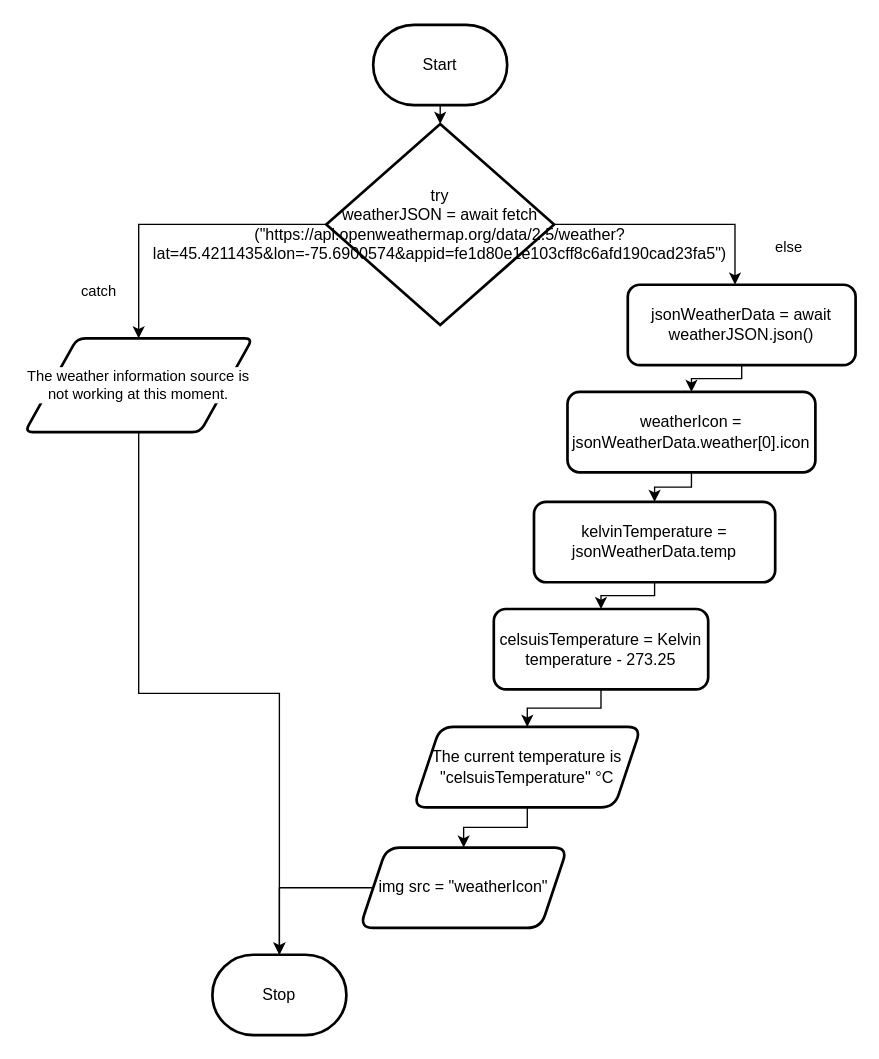
Before: design/flowchart.drawio in MTHS-ICD2O-1-2024/ICD2O-Unit-6-03-Olivia-Ten-Den, a draw.io diagram. Source tidied: cells renumbered, new cells numbered last; positions are measured from the earlier drawing's top-left corner, leaving out a move shared by most shapes. Both pictures are drawn from the tidied source at 134%, with x=0, y=0 at pixel (24, 24).
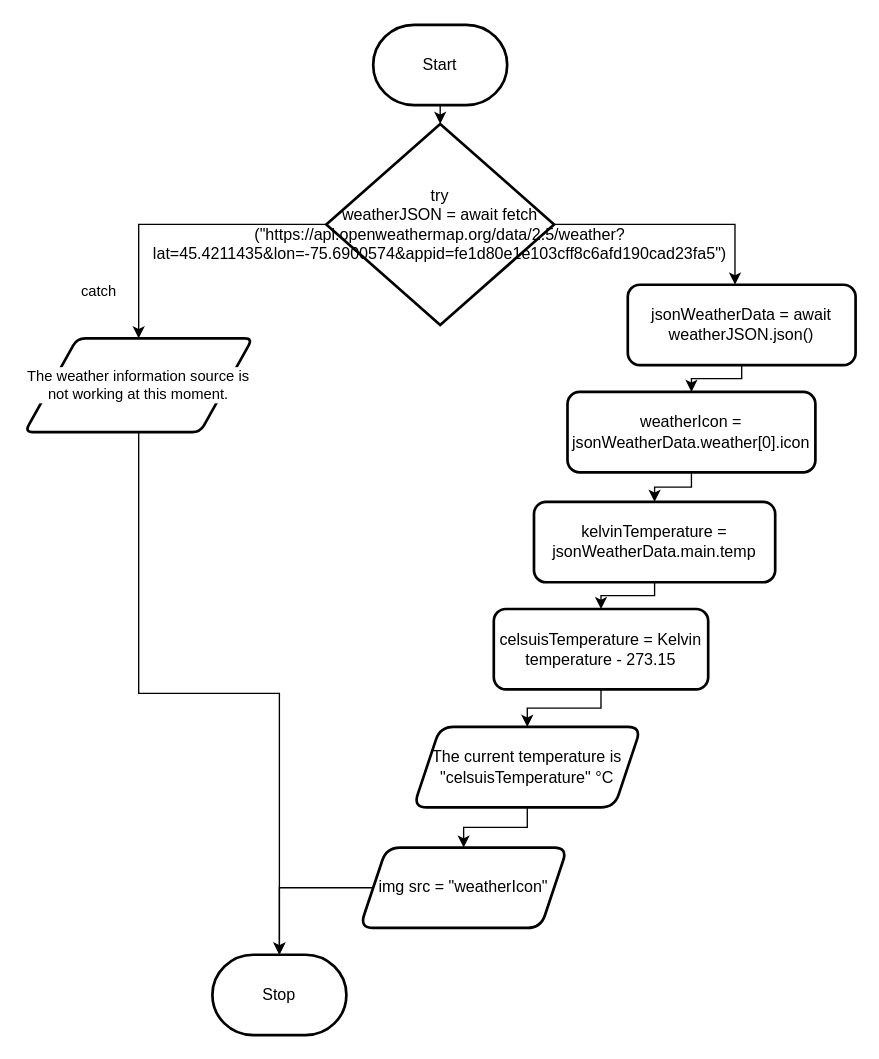
After the change.

Diff of the diagram source:
```diff
@@
-    <mxCell id="13" value="else" style="text;html=1;align=center;verticalAlign=middle;strokeColor=none;fillColor=none;fontFamily=Helvetica;fontSize=11;fontColor=default;labelBackgroundColor=default;" parent="1" vertex="1">
-      <mxGeometry x="550" y="151" width="40" height="30" as="geometry" />
-    </mxCell>
@@
-    <mxCell id="17" value="kelvinTemperature = jsonWeatherData.temp" style="whiteSpace=wrap;html=1;rounded=1;strokeWidth=2;" parent="1" vertex="1">
+    <mxCell id="17" value="kelvinTemperature = jsonWeatherData.main.temp" style="whiteSpace=wrap;html=1;rounded=1;strokeWidth=2;" parent="1" vertex="1">
       <mxGeometry x="380" y="356" width="180" height="60" as="geometry" />
     </mxCell>
@@
-    <mxCell id="19" value="celsuisTemperature = Kelvin temperature - 273.25" style="whiteSpace=wrap;html=1;rounded=1;strokeWidth=2;" parent="1" vertex="1">
+    <mxCell id="19" value="celsuisTemperature = Kelvin temperature - 273.15" style="whiteSpace=wrap;html=1;rounded=1;strokeWidth=2;" parent="1" vertex="1">
       <mxGeometry x="350" y="436" width="160" height="60" as="geometry" />
     </mxCell>
```
